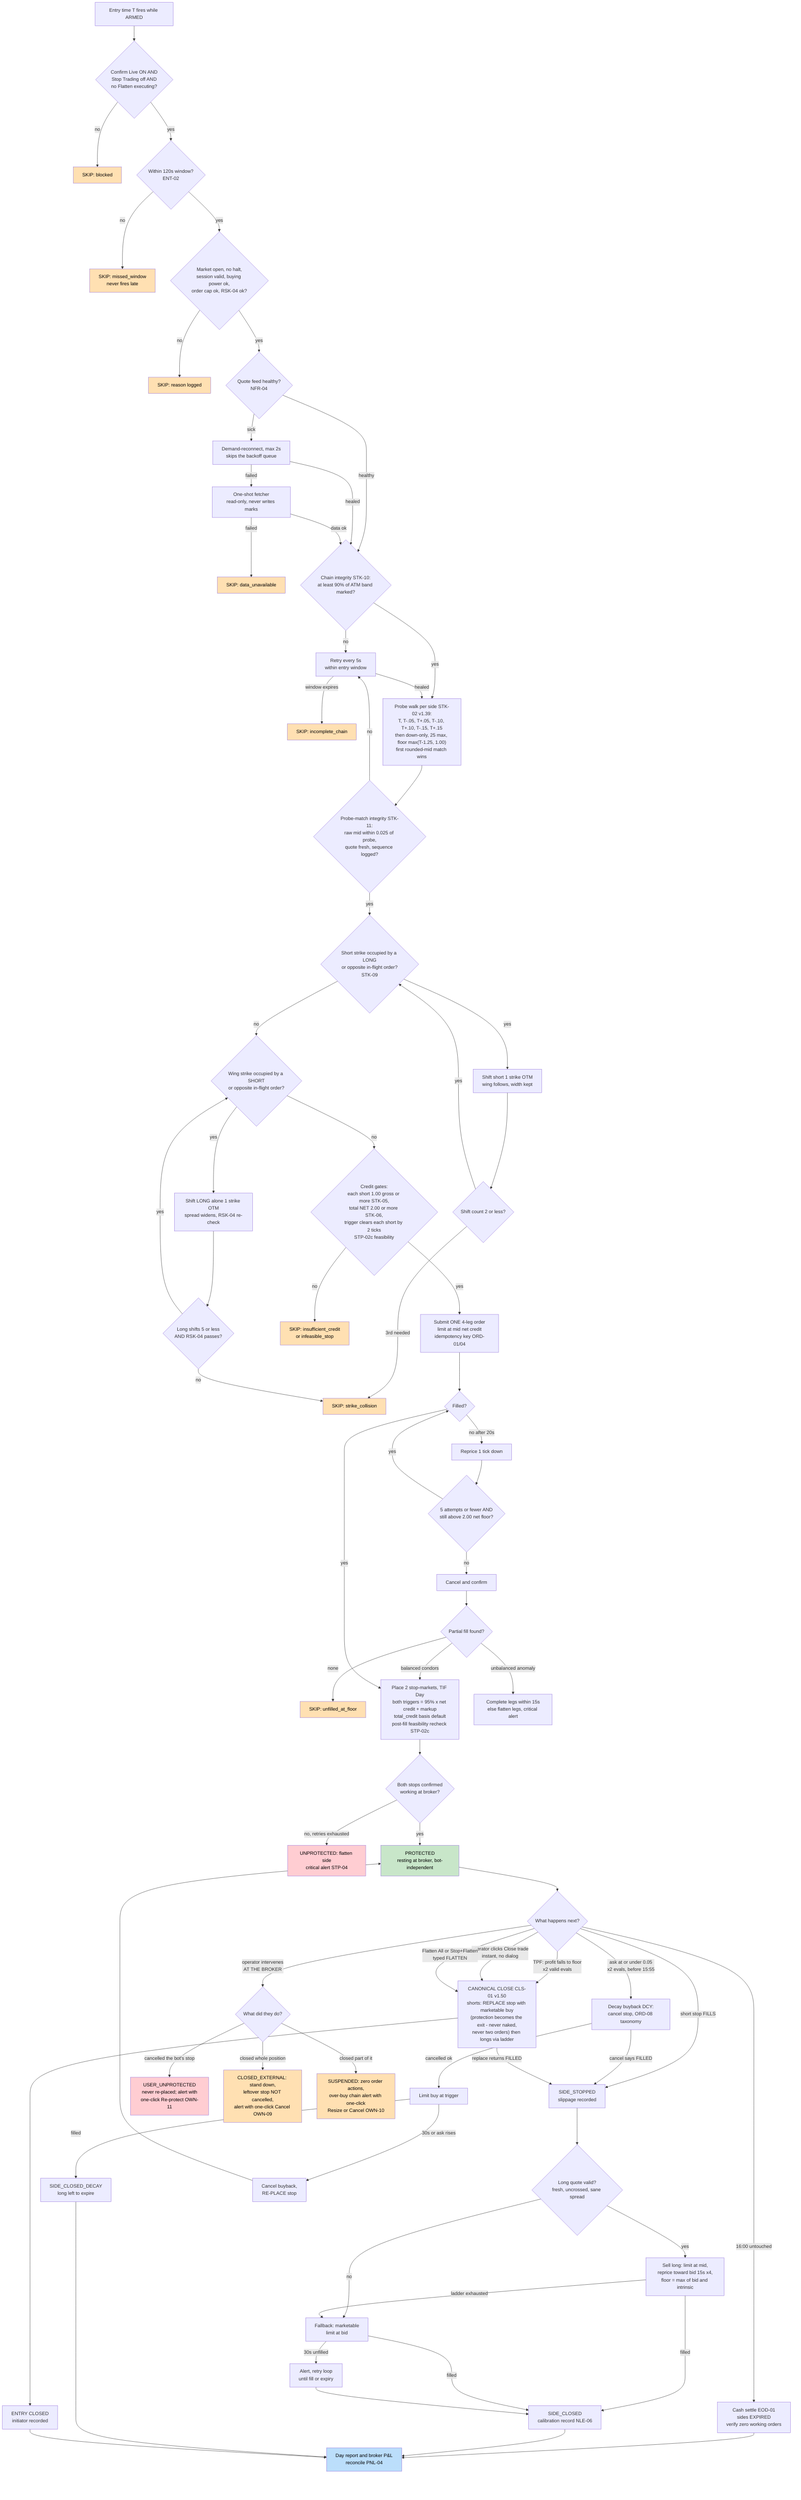
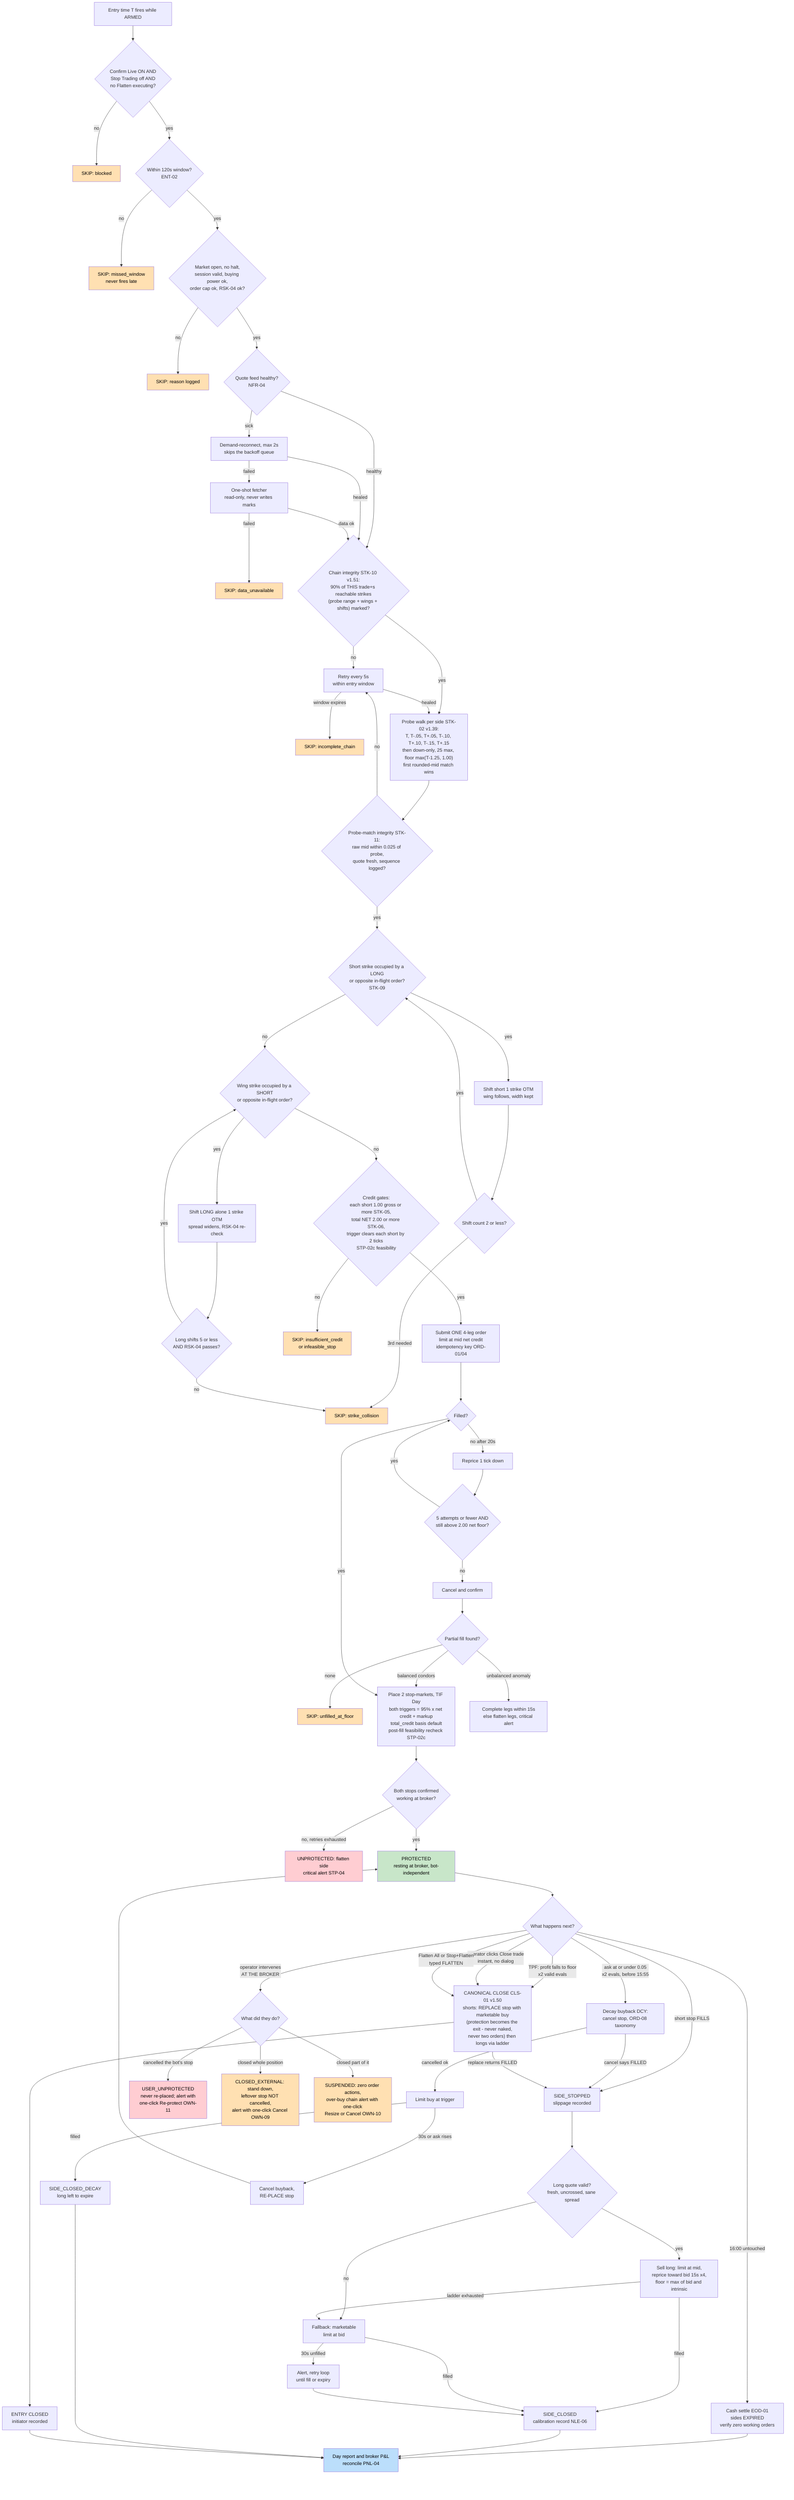
flowchart TD
    T0["Entry time T fires while ARMED"] --> G1{"Confirm Live ON AND<br/>Stop Trading off AND<br/>no Flatten executing?"}
    G1 -->|no| SKIP1["SKIP: blocked"]
    G1 -->|yes| G2{"Within 120s window?<br/>ENT-02"}
    G2 -->|no| SKIP2["SKIP: missed_window<br/>never fires late"]
    G2 -->|yes| G3{"Market open, no halt,<br/>session valid, buying power ok,<br/>order cap ok, RSK-04 ok?"}
    G3 -->|no| SKIP3["SKIP: reason logged"]
    G3 -->|yes| FEED1{"Quote feed healthy?<br/>NFR-04"}

    FEED1 -->|sick| FD1["Demand-reconnect, max 2s<br/>skips the backoff queue"]
    FD1 -->|failed| FD2["One-shot fetcher<br/>read-only, never writes marks"]
    FD2 -->|failed| SKIP4["SKIP: data_unavailable"]

-     FEED1 -->|healthy| CHAIN{"Chain integrity STK-10:<br/>at least 90% of ATM band marked?"}
+     FEED1 -->|healthy| CHAIN{"Chain integrity STK-10 v1.51:<br/>90% of THIS trade+s reachable strikes<br/>(probe range + wings + shifts) marked?"}
    FD1 -->|healed| CHAIN
    FD2 -->|data ok| CHAIN

    CHAIN -->|no| CH1["Retry every 5s<br/>within entry window"]
    CH1 -->|window expires| SKIP5["SKIP: incomplete_chain"]
    CHAIN -->|yes| SEL["Probe walk per side STK-02 v1.39:<br/>T, T-.05, T+.05, T-.10, T+.10, T-.15, T+.15<br/>then down-only, 25 max, floor max(T-1.25, 1.00)<br/>first rounded-mid match wins"]
    CH1 -->|healed| SEL

    SEL --> ADJ{"Probe-match integrity STK-11:<br/>raw mid within 0.025 of probe,<br/>quote fresh, sequence logged?"}
    ADJ -->|no| CH1
    ADJ -->|yes| COLS{"Short strike occupied by a LONG<br/>or opposite in-flight order?<br/>STK-09"}
    COLS -->|yes| CS1["Shift short 1 strike OTM<br/>wing follows, width kept"]
    CS1 --> CS2{"Shift count 2 or less?"}
    CS2 -->|yes| COLS
    CS2 -->|3rd needed| SKIP6["SKIP: strike_collision"]

    COLS -->|no| COLW{"Wing strike occupied by a SHORT<br/>or opposite in-flight order?"}
    COLW -->|yes| CW1["Shift LONG alone 1 strike OTM<br/>spread widens, RSK-04 re-check"]
    CW1 --> CW2{"Long shifts 5 or less<br/>AND RSK-04 passes?"}
    CW2 -->|yes| COLW
    CW2 -->|no| SKIP6

    COLW -->|no| CRED{"Credit gates:<br/>each short 1.00 gross or more STK-05,<br/>total NET 2.00 or more STK-06,<br/>trigger clears each short by 2 ticks<br/>STP-02c feasibility"}
    CRED -->|no| SKIP7["SKIP: insufficient_credit<br/>or infeasible_stop"]
    CRED -->|yes| ORD["Submit ONE 4-leg order<br/>limit at mid net credit<br/>idempotency key ORD-01/04"]

    ORD --> OF{"Filled?"}
    OF -->|no after 20s| OR1["Reprice 1 tick down"]
    OR1 --> OR2{"5 attempts or fewer AND<br/>still above 2.00 net floor?"}
    OR2 -->|yes| OF
    OR2 -->|no| OC["Cancel and confirm"]
    OC --> OP{"Partial fill found?"}
    OP -->|none| SKIP8["SKIP: unfilled_at_floor"]
    OP -->|balanced condors| STOPS["Place 2 stop-markets, TIF Day<br/>both triggers = 95% x net credit + markup<br/>total_credit basis default<br/>post-fill feasibility recheck STP-02c"]
    OP -->|unbalanced anomaly| OFIX["Complete legs within 15s<br/>else flatten legs, critical alert"]
    OF -->|yes| STOPS

    STOPS --> SC{"Both stops confirmed<br/>working at broker?"}
    SC -->|no, retries exhausted| UNP["UNPROTECTED: flatten side<br/>critical alert STP-04"]
    SC -->|yes| PROT["PROTECTED<br/>resting at broker, bot-independent"]

    PROT --> LC{"What happens next?"}

    LC -->|short stop FILLS| LEX1["SIDE_STOPPED<br/>slippage recorded"]
    LEX1 --> LEX2{"Long quote valid?<br/>fresh, uncrossed, sane spread"}
    LEX2 -->|yes| LEX3["Sell long: limit at mid,<br/>reprice toward bid 15s x4,<br/>floor = max of bid and intrinsic"]
    LEX2 -->|no| LEX4["Fallback: marketable<br/>limit at bid"]
    LEX3 -->|filled| SCLOSED["SIDE_CLOSED<br/>calibration record NLE-06"]
    LEX3 -->|ladder exhausted| LEX4
    LEX4 -->|filled| SCLOSED
    LEX4 -->|30s unfilled| LEX5["Alert, retry loop<br/>until fill or expiry"]
    LEX5 --> SCLOSED

    LC -->|ask at or under 0.05<br/>x2 evals, before 15:55| DCY1["Decay buyback DCY:<br/>cancel stop, ORD-08 taxonomy"]
    DCY1 -->|cancel says FILLED| LEX1
    DCY1 -->|cancelled ok| DCY2["Limit buy at trigger"]
    DCY2 -->|filled| DCY3["SIDE_CLOSED_DECAY<br/>long left to expire"]
    DCY2 -->|30s or ask rises| DCY4["Cancel buyback,<br/>RE-PLACE stop"]
    DCY4 --> PROT

    LC -->|TPF: profit falls to floor<br/>x2 valid evals| CLS0["CANONICAL CLOSE CLS-01 v1.50<br/>shorts: REPLACE stop with marketable buy<br/>(protection becomes the exit - never naked,<br/>never two orders) then longs via ladder"]
    LC -->|operator clicks Close trade<br/>instant, no dialog| CLS0
    LC -->|Flatten All or Stop+Flatten<br/>typed FLATTEN| CLS0
    CLS0 -->|replace returns FILLED| LEX1
    CLS0 --> CLOSED["ENTRY CLOSED<br/>initiator recorded"]

    LC -->|operator intervenes<br/>AT THE BROKER| OWN1{"What did they do?"}
    OWN1 -->|cancelled the bot's stop| OWN2["USER_UNPROTECTED<br/>never re-placed; alert with<br/>one-click Re-protect OWN-11"]
    OWN1 -->|closed whole position| OWN3["CLOSED_EXTERNAL: stand down,<br/>leftover stop NOT cancelled,<br/>alert with one-click Cancel OWN-09"]
    OWN1 -->|closed part of it| OWN4["SUSPENDED: zero order actions,<br/>over-buy chain alert with one-click<br/>Resize or Cancel OWN-10"]

    LC -->|16:00 untouched| EOD1["Cash settle EOD-01<br/>sides EXPIRED<br/>verify zero working orders"]

    EOD1 --> RPT["Day report and broker P&L<br/>reconcile PNL-04"]
    SCLOSED --> RPT
    DCY3 --> RPT
    CLOSED --> RPT

    style PROT fill:#c8e6c9,color:#000000
    style UNP fill:#ffcdd2,color:#000000
    style OWN2 fill:#ffcdd2,color:#000000
    style OWN3 fill:#ffe0b2,color:#000000
    style OWN4 fill:#ffe0b2,color:#000000
    style SKIP1 fill:#ffe0b2,color:#000000
    style SKIP2 fill:#ffe0b2,color:#000000
    style SKIP3 fill:#ffe0b2,color:#000000
    style SKIP4 fill:#ffe0b2,color:#000000
    style SKIP5 fill:#ffe0b2,color:#000000
    style SKIP6 fill:#ffe0b2,color:#000000
    style SKIP7 fill:#ffe0b2,color:#000000
    style SKIP8 fill:#ffe0b2,color:#000000
    style RPT fill:#bbdefb,color:#000000
